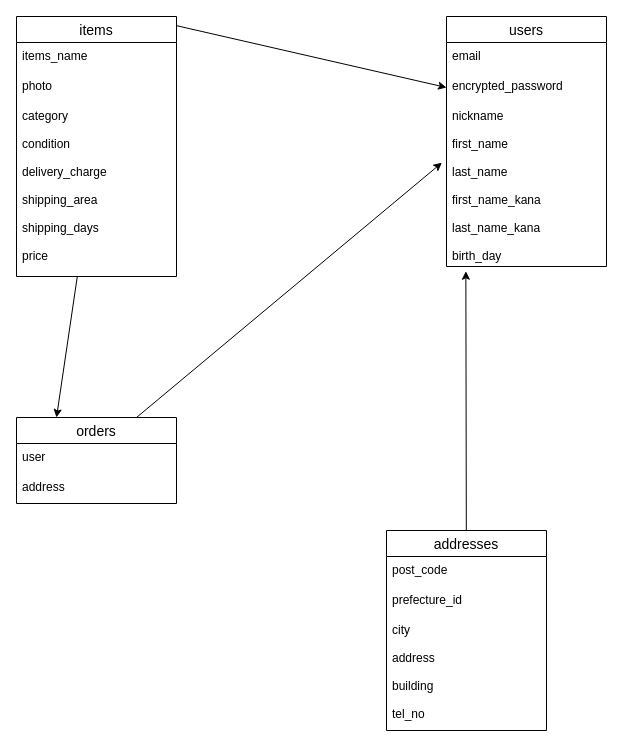
Earlier version of the draw.io diagram REDME.dio (yasuhiro77/DB--). Source tidied: cells renumbered, new cells numbered last; positions are measured from the earlier drawing's top-left corner, leaving out a move shared by most shapes. Both pictures are drawn from the tidied source at 100%, with x=0, y=0 at pixel (16, 16).
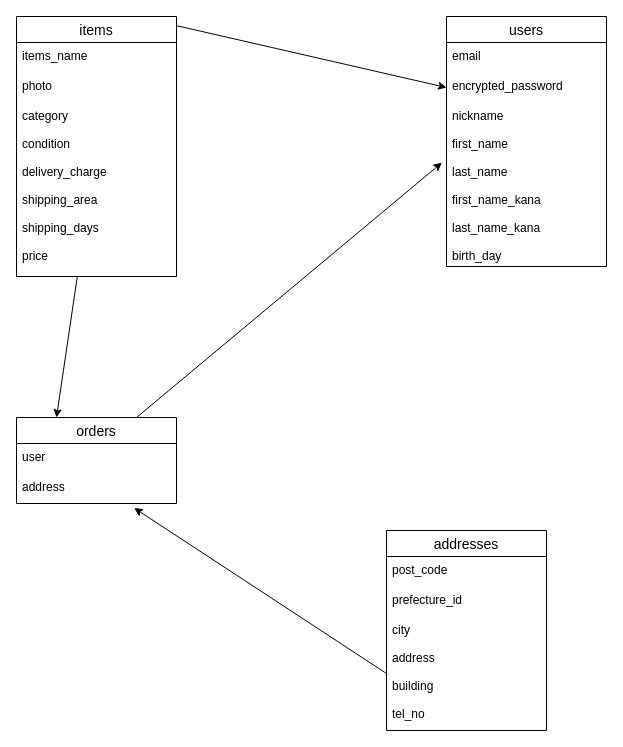
The same diagram, later.

Unchanged cells that the change refers to:
```xml
<mxCell id="5" value="nickname&#10;&#10;first_name&#10;&#10;last_name&#10;&#10;first_name_kana&#10;&#10;last_name_kana&#10;&#10;birth_day" style="text;strokeColor=none;fillColor=none;spacingLeft=4;spacingRight=4;overflow=hidden;points=[[0,0.5],[1,0.5]];portConstraint=eastwest;fontSize=12;" parent="2" vertex="1">
  <mxGeometry y="86" width="160" height="164" as="geometry" />
</mxCell>
<mxCell id="12" value="addresses" style="swimlane;fontStyle=0;horizontal=1;startSize=26;align=center;fontSize=14;" parent="1" vertex="1">
  <mxGeometry x="370" y="514" width="160" height="200" as="geometry" />
</mxCell>
<mxCell id="15" value="city&#10;&#10;address&#10;&#10;building&#10;&#10;tel_no&#10;&#10;" style="text;strokeColor=none;fillColor=none;spacingLeft=4;spacingRight=4;overflow=hidden;points=[[0,0.5],[1,0.5]];portConstraint=eastwest;fontSize=12;" parent="12" vertex="1">
  <mxGeometry y="86" width="160" height="114" as="geometry" />
</mxCell>
<mxCell id="19" value="address" style="text;strokeColor=none;fillColor=none;spacingLeft=4;spacingRight=4;overflow=hidden;points=[[0,0.5],[1,0.5]];portConstraint=eastwest;fontSize=12;" parent="17" vertex="1">
  <mxGeometry y="56" width="160" height="30" as="geometry" />
</mxCell>
```

Change to the diagram source:
```diff
@@
-    <mxCell id="20" style="edgeStyle=none;html=1;entryX=0.121;entryY=1.029;entryDx=0;entryDy=0;entryPerimeter=0;" parent="1" edge="1" source="12" target="5">
-      <mxGeometry relative="1" as="geometry" />
-    </mxCell>
+    <mxCell id="21" style="edgeStyle=none;html=1;exitX=0;exitY=0.5;exitDx=0;exitDy=0;entryX=0.736;entryY=1.152;entryDx=0;entryDy=0;entryPerimeter=0;" parent="1" edge="1" source="15" target="19">
+      <mxGeometry relative="1" as="geometry" />
+    </mxCell>
```
